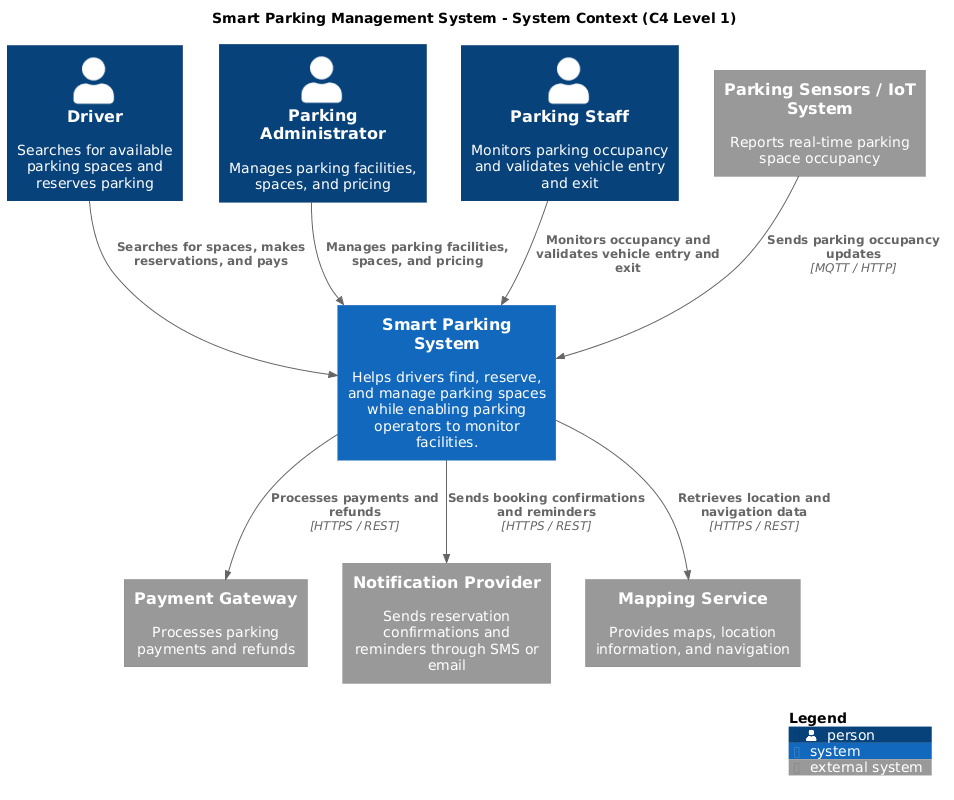
GhadahAlsuhaibani/smart-parking-system keeps this PlantUML diagram as docs/context.png. Above is the earlier version.
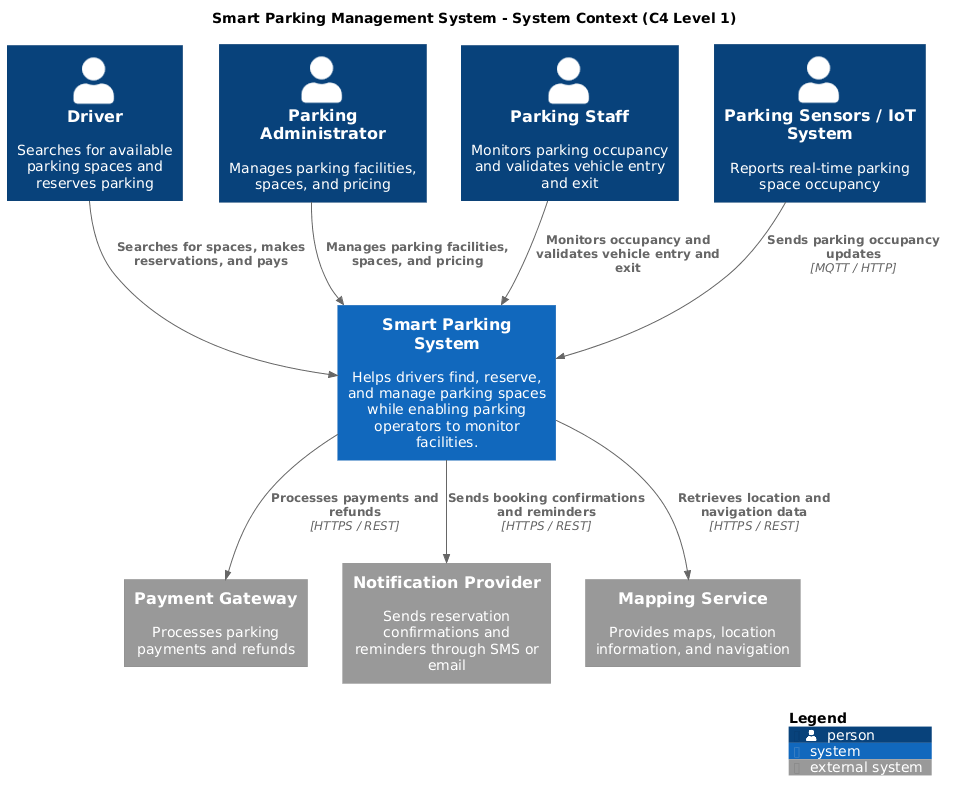
Later version of the same file.

The edit, as a diff of the source:
```diff
@@ -6,7 +6,7 @@
 Person(driver, "Driver", "Searches for available parking spaces and reserves parking")
 Person(admin, "Parking Administrator", "Manages parking facilities, spaces, and pricing")
 Person(staff, "Parking Staff", "Monitors parking occupancy and validates vehicle entry and exit")
-System_Ext(sensors, "Parking Sensors / IoT System", "Reports real-time parking space occupancy")
+Person(sensors, "Parking Sensors / IoT System", "Reports real-time parking space occupancy")
 
 System(sps, "Smart Parking System", "Helps drivers find, reserve, and manage parking spaces while enabling parking operators to monitor facilities.")
 
```
